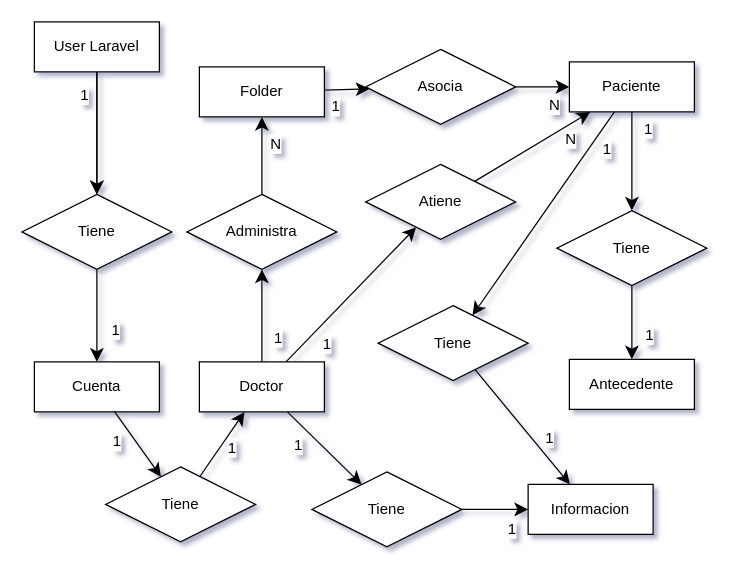
Before: Paciente.drawio in calvocobos/Diagrama, a draw.io diagram. Source tidied: cells renumbered, new cells numbered last; positions are measured from the earlier drawing's top-left corner, leaving out a move shared by most shapes. Both pictures are drawn from the tidied source at 125%, with x=0, y=0 at pixel (21, 21).
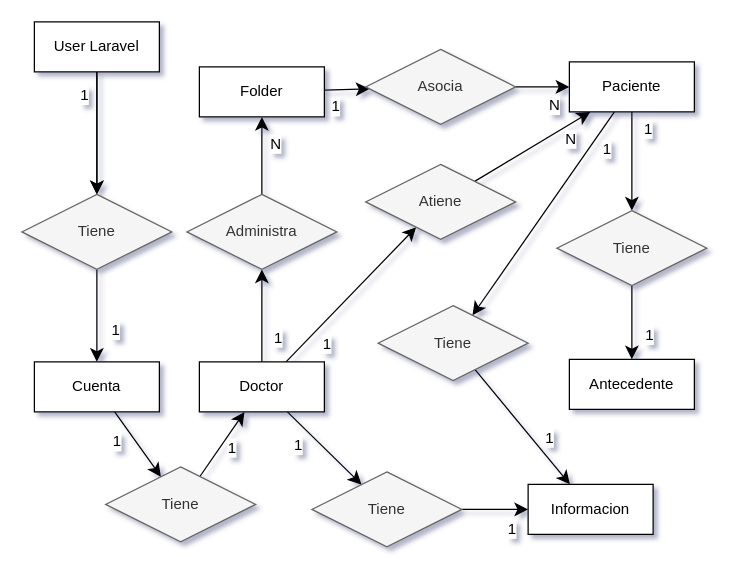
The same diagram, later.

Diff of the diagram source:
```diff
@@
-    <mxCell id="8" value="Tiene" style="shape=rhombus;perimeter=rhombusPerimeter;whiteSpace=wrap;html=1;align=center;" parent="1" vertex="1">
+    <mxCell id="8" value="Tiene" style="shape=rhombus;perimeter=rhombusPerimeter;whiteSpace=wrap;html=1;align=center;fillColor=#f5f5f5;strokeColor=#666666;fontColor=#333333;" parent="1" vertex="1">
       <mxGeometry y="138" width="120" height="60" as="geometry" />
     </mxCell>
@@
-    <mxCell id="31" value="Tiene" style="shape=rhombus;perimeter=rhombusPerimeter;whiteSpace=wrap;html=1;align=center;" parent="1" vertex="1">
+    <mxCell id="31" value="Tiene" style="shape=rhombus;perimeter=rhombusPerimeter;whiteSpace=wrap;html=1;align=center;fillColor=#f5f5f5;fontColor=#333333;strokeColor=#666666;" parent="1" vertex="1">
       <mxGeometry x="67" y="356" width="120" height="60" as="geometry" />
     </mxCell>
@@
-    <mxCell id="34" value="Administra" style="shape=rhombus;perimeter=rhombusPerimeter;whiteSpace=wrap;html=1;align=center;" parent="1" vertex="1">
+    <mxCell id="34" value="Administra" style="shape=rhombus;perimeter=rhombusPerimeter;whiteSpace=wrap;html=1;align=center;fillColor=#f5f5f5;fontColor=#333333;strokeColor=#666666;" parent="1" vertex="1">
       <mxGeometry x="132" y="138" width="120" height="60" as="geometry" />
     </mxCell>
@@
-    <mxCell id="37" value="Asocia" style="shape=rhombus;perimeter=rhombusPerimeter;whiteSpace=wrap;html=1;align=center;" parent="1" vertex="1">
+    <mxCell id="37" value="Asocia" style="shape=rhombus;perimeter=rhombusPerimeter;whiteSpace=wrap;html=1;align=center;fillColor=#f5f5f5;fontColor=#333333;strokeColor=#666666;" parent="1" vertex="1">
       <mxGeometry x="275" y="22" width="120" height="60" as="geometry" />
     </mxCell>
@@
-    <mxCell id="40" value="Tiene" style="shape=rhombus;perimeter=rhombusPerimeter;whiteSpace=wrap;html=1;align=center;" parent="1" vertex="1">
+    <mxCell id="40" value="Tiene" style="shape=rhombus;perimeter=rhombusPerimeter;whiteSpace=wrap;html=1;align=center;fillColor=#f5f5f5;fontColor=#333333;strokeColor=#666666;" parent="1" vertex="1">
       <mxGeometry x="232" y="360" width="120" height="60" as="geometry" />
     </mxCell>
@@
-    <mxCell id="43" value="Tiene" style="shape=rhombus;perimeter=rhombusPerimeter;whiteSpace=wrap;html=1;align=center;" parent="1" vertex="1">
+    <mxCell id="43" value="Tiene" style="shape=rhombus;perimeter=rhombusPerimeter;whiteSpace=wrap;html=1;align=center;fillColor=#f5f5f5;fontColor=#333333;strokeColor=#666666;" parent="1" vertex="1">
       <mxGeometry x="285" y="227" width="120" height="60" as="geometry" />
     </mxCell>
@@
-    <mxCell id="46" value="Tiene" style="shape=rhombus;perimeter=rhombusPerimeter;whiteSpace=wrap;html=1;align=center;" parent="1" vertex="1">
+    <mxCell id="46" value="Tiene" style="shape=rhombus;perimeter=rhombusPerimeter;whiteSpace=wrap;html=1;align=center;fillColor=#f5f5f5;fontColor=#333333;strokeColor=#666666;" parent="1" vertex="1">
       <mxGeometry x="428" y="151" width="120" height="60" as="geometry" />
     </mxCell>
@@
-    <mxCell id="50" value="Atiene" style="shape=rhombus;perimeter=rhombusPerimeter;whiteSpace=wrap;html=1;align=center;" parent="1" vertex="1">
+    <mxCell id="50" value="Atiene" style="shape=rhombus;perimeter=rhombusPerimeter;whiteSpace=wrap;html=1;align=center;fillColor=#f5f5f5;fontColor=#333333;strokeColor=#666666;" parent="1" vertex="1">
       <mxGeometry x="275" y="114" width="120" height="60" as="geometry" />
     </mxCell>
```
